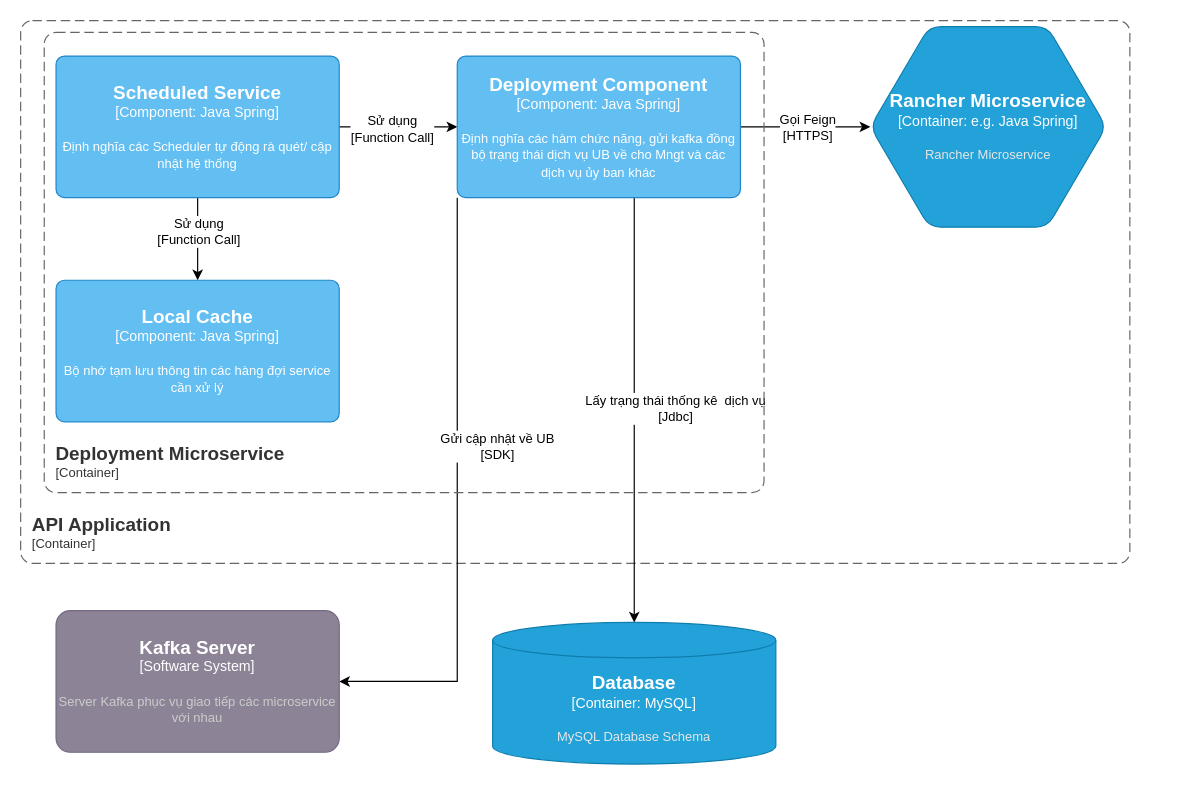
This is Idg-Portal lv3 Deployment API.drawio from dangngocsoncntt/draw.io, a draw.io file, before an edit. Source tidied: cells renumbered, new cells numbered last; positions are measured from the earlier drawing's top-left corner, leaving out a move shared by most shapes. Both pictures are drawn from the tidied source at 118%, with x=0, y=0 at pixel (20, 20).
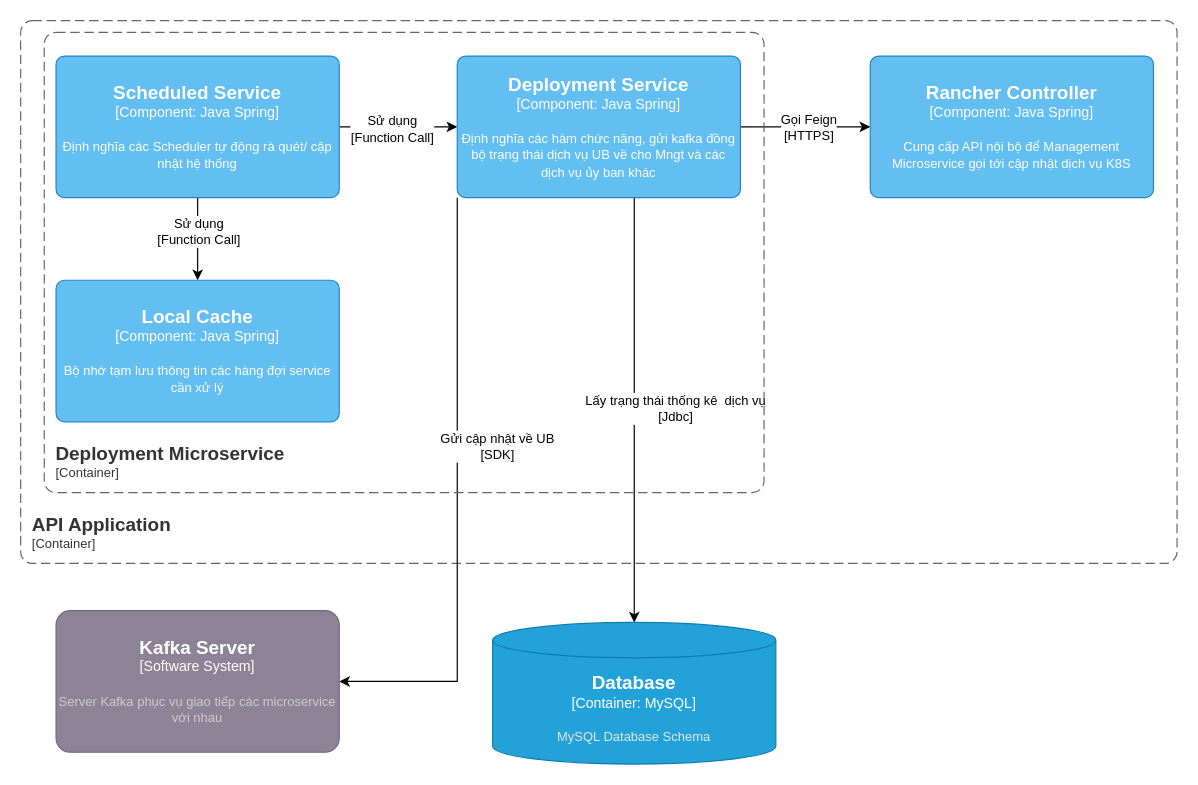
The same diagram, later.

The edit, as a diff of the source:
```diff
@@
     <object id="2" label="&lt;font style=&quot;font-size: 16px&quot;&gt;&lt;b&gt;&lt;div style=&quot;text-align: left&quot;&gt;%c4Name%&lt;/div&gt;&lt;/b&gt;&lt;/font&gt;&lt;div style=&quot;text-align: left&quot;&gt;[%c4Application%]&lt;/div&gt;" c4Application="Container" c4Name="API Application" placeholders="1">
       <mxCell style="rounded=1;fontSize=11;whiteSpace=wrap;html=1;dashed=1;arcSize=20;fillColor=none;strokeColor=#666666;fontColor=#333333;labelBackgroundColor=none;align=left;verticalAlign=bottom;labelBorderColor=none;spacingTop=0;spacing=10;dashPattern=8 4;perimeter=rectanglePerimeter;noLabel=0;labelPadding=0;absoluteArcSize=1;" parent="1" vertex="1">
-        <mxGeometry width="940" height="460" as="geometry" />
+        <mxGeometry width="980" height="460" as="geometry" />
       </mxCell>
     </object>
@@
-    <mxCell id="12" style="edgeStyle=orthogonalEdgeStyle;rounded=0;jettySize=auto;html=1;" parent="1" edge="1" source="14" target="18">
-      <mxGeometry relative="1" as="geometry" />
+    <mxCell id="12" style="edgeStyle=orthogonalEdgeStyle;rounded=0;jettySize=auto;html=1;" parent="1" edge="1" source="14">
+      <mxGeometry relative="1" as="geometry">
+        <mxPoint x="720" y="90" as="targetPoint" />
+      </mxGeometry>
     </mxCell>
@@
-    <object id="14" label="&lt;font style=&quot;font-size: 16px&quot;&gt;&lt;b&gt;%c4Name%&lt;/b&gt;&lt;/font&gt;&lt;div&gt;[%c4Type%: %c4Technology%]&lt;/div&gt;&lt;br&gt;&lt;div&gt;&lt;font style=&quot;font-size: 11px&quot;&gt;%c4Description%&lt;/font&gt;&lt;/div&gt;" c4Description="Định nghĩa các hàm chức năng, gửi kafka đồng bộ trạng thái dịch vụ UB về cho Mngt và các dịch vụ ủy ban khác" c4Name="Deployment Component" c4Technology="Java Spring" c4Type="Component" placeholders="1">
+    <object id="14" label="&lt;font style=&quot;font-size: 16px&quot;&gt;&lt;b&gt;%c4Name%&lt;/b&gt;&lt;/font&gt;&lt;div&gt;[%c4Type%: %c4Technology%]&lt;/div&gt;&lt;br&gt;&lt;div&gt;&lt;font style=&quot;font-size: 11px&quot;&gt;%c4Description%&lt;/font&gt;&lt;/div&gt;" c4Description="Định nghĩa các hàm chức năng, gửi kafka đồng bộ trạng thái dịch vụ UB về cho Mngt và các dịch vụ ủy ban khác" c4Name="Deployment Service" c4Technology="Java Spring" c4Type="Component" placeholders="1">
       <mxCell style="rounded=1;whiteSpace=wrap;html=1;labelBackgroundColor=none;fillColor=#63BEF2;fontColor=#ffffff;align=center;arcSize=6;strokeColor=#2086C9;points=[[0.25,0,0],[0.5,0,0],[0.75,0,0],[1,0.25,0],[1,0.5,0],[1,0.75,0],[0.75,1,0],[0.5,1,0],[0.25,1,0],[0,0.75,0],[0,0.5,0],[0,0.25,0]];" parent="1" vertex="1">
         <mxGeometry x="370" y="30" width="240" height="120" as="geometry" />
       </mxCell>
     </object>
@@
-    <object id="18" label="&lt;font style=&quot;font-size: 16px&quot;&gt;&lt;b&gt;%c4Type%&lt;/b&gt;&lt;/font&gt;&lt;div&gt;[%c4Container%:&amp;nbsp;%c4Technology%]&lt;/div&gt;&lt;br&gt;&lt;div&gt;&lt;font style=&quot;font-size: 11px&quot;&gt;&lt;font color=&quot;#E6E6E6&quot;&gt;%c4Description%&lt;/font&gt;&lt;/div&gt;" c4Container="Container" c4Description="Rancher Microservice" c4Technology="e.g. Java Spring" c4Type="Rancher Microservice" placeholders="1">
-      <mxCell style="shape=hexagon;size=50;perimeter=hexagonPerimeter2;whiteSpace=wrap;html=1;fixedSize=1;rounded=1;labelBackgroundColor=none;fillColor=#23A2D9;fontSize=12;fontColor=#ffffff;align=center;strokeColor=#0E7DAD;points=[[0.5,0,0],[1,0.25,0],[1,0.5,0],[1,0.75,0],[0.5,1,0],[0,0.75,0],[0,0.5,0],[0,0.25,0]];" parent="1" vertex="1">
-        <mxGeometry x="720" y="5" width="200" height="170" as="geometry" />
-      </mxCell>
-    </object>
@@
+    <object id="20" label="&lt;font style=&quot;font-size: 16px&quot;&gt;&lt;b&gt;%c4Name%&lt;/b&gt;&lt;/font&gt;&lt;div&gt;[%c4Type%: %c4Technology%]&lt;/div&gt;&lt;br&gt;&lt;div&gt;&lt;font style=&quot;font-size: 11px&quot;&gt;%c4Description%&lt;/font&gt;&lt;/div&gt;" c4Description="Cung cấp API nội bộ để Management Microservice gọi tới cập nhật dịch vụ K8S" c4Name="Rancher Controller" c4Technology="Java Spring" c4Type="Component" placeholders="1">
+      <mxCell style="rounded=1;whiteSpace=wrap;html=1;labelBackgroundColor=none;fillColor=#63BEF2;fontColor=#ffffff;align=center;arcSize=6;strokeColor=#2086C9;" parent="1" vertex="1">
+        <mxGeometry x="720" y="30" width="240" height="120" as="geometry" />
+      </mxCell>
+    </object>
```
